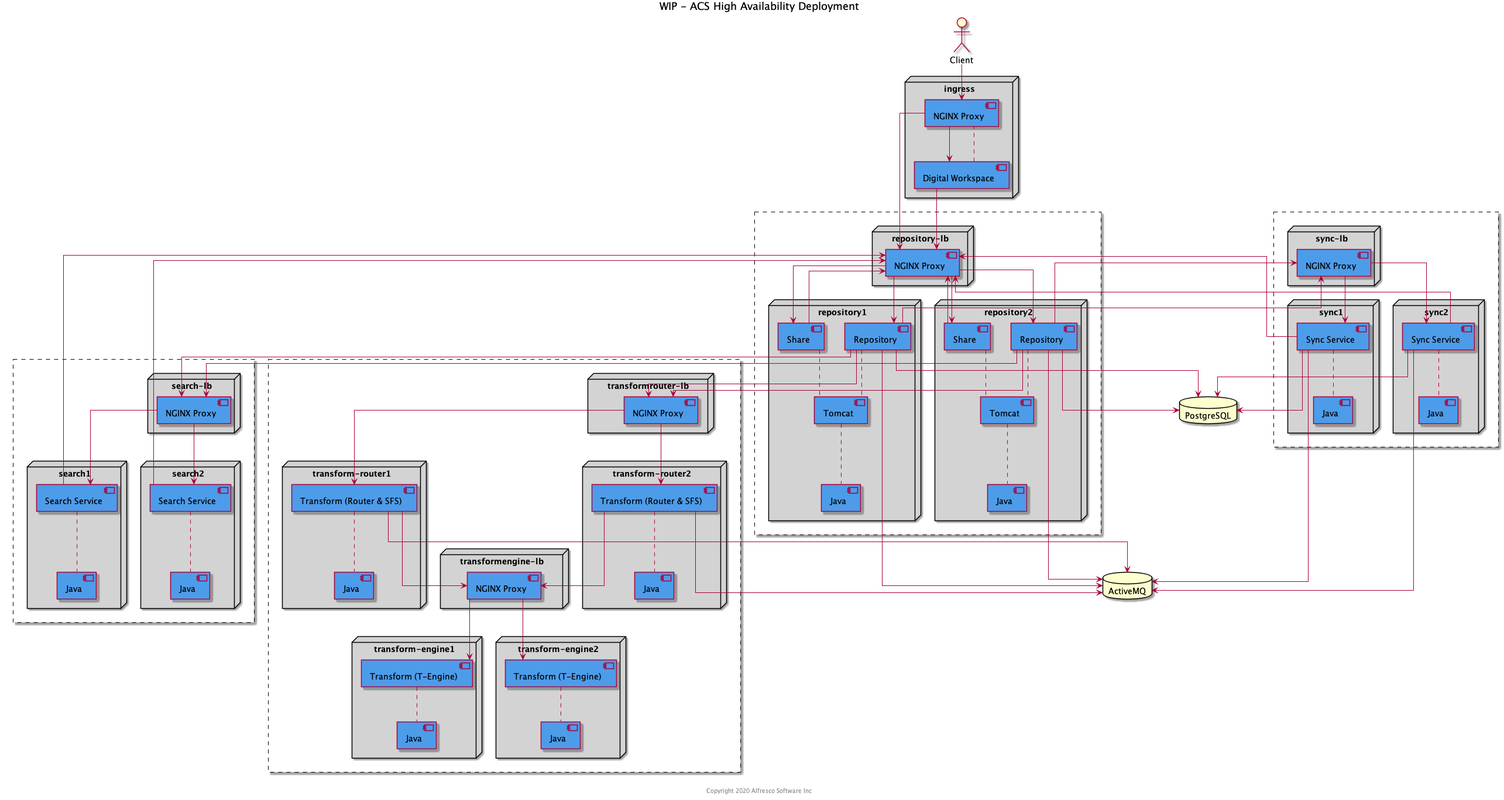
Alfresco/alfresco-ansible-deployment keeps this PlantUML diagram as docs/resources/acs-ha.png. Above is the earlier version. Source of this version:
```plantuml
@startuml

Title: WIP - ACS High Availability Deployment


skinparam componentStyle uml2
skinparam linetype ortho
skinparam rectangle {
    BorderStyle dashed
}

actor Client

node "ingress" as ingressnode #lightgrey {
    component "NGINX Proxy" as proxy #4d9cea
    component "Digital Workspace" as adw #4d9cea
}

rectangle {
    node "repository-lb" as repolbnode #lightgrey {
        component "NGINX Proxy" as repolb #4d9cea
    }

    node "repository1" as reponode1 #lightgrey {
        component "Repository" as repo1 #4d9cea
        component "Share" as share1 #4d9cea
        component "Tomcat" as tomcat1  #4d9cea
        component "Java" as repojava1 #4d9cea
    }

    node "repository2" as reponode2 #lightgrey {
        component "Repository" as repo2 #4d9cea
        component "Share" as share2 #4d9cea
        component "Tomcat" as tomcat2  #4d9cea
        component "Java" as repojava2 #4d9cea
    }
}

rectangle {
    node "search-lb" as searchlbnode #lightgrey {
        component "NGINX Proxy" as searchlb #4d9cea
    }

    node "search1" as searchnode1 #lightgrey {
        component "Search Service" as search1 #4d9cea
        component "Java" as searchjava1 #4d9cea
    }

    node "search2" as searchnode2 #lightgrey {
        component "Search Service" as search2 #4d9cea
        component "Java" as searchjava2 #4d9cea
    }
}

rectangle {
    node "transformrouter-lb" as transformrouterlbnode #lightgrey {
        component "NGINX Proxy" as transformrouterlb #4d9cea
    }

    node "transform-router1" as transformrouternode1 #lightgrey {
        component "Transform (Router & SFS)" as transformrouter1 #4d9cea
        component "Java" as transformrouterjava1 #4d9cea
    }

    node "transform-router2" as transformrouternode2 #lightgrey {
        component "Transform (Router & SFS)" as transformrouter2 #4d9cea
        component "Java" as transformrouterjava2 #4d9cea
    }

    node "transformengine-lb" as transformenginelbnode #lightgrey {
        component "NGINX Proxy" as transformenginelb #4d9cea
    }

    node "transform-engine1" as transformenginenode1 #lightgrey {
        component "Transform (T-Engine)" as transformengine1 #4d9cea
        component "Java" as transformenginejava1 #4d9cea
    }

    node "transform-engine2" as transformenginenode2 #lightgrey {
        component "Transform (T-Engine)" as transformengine2 #4d9cea
        component "Java" as transformenginejava2 #4d9cea
    }
}

rectangle {
    node "sync-lb" as synclbnode #lightgrey {
        component "NGINX Proxy" as synclb #4d9cea
    }

    node "sync1" as syncnode1 #lightgrey {
        component "Sync Service" as sync1 #4d9cea
        component "Java" as syncjava1 #4d9cea
    }

    node "sync2" as syncnode2 #lightgrey {
        component "Sync Service" as sync2 #4d9cea
        component "Java" as syncjava2 #4d9cea
    }
}

database "ActiveMQ" as amq
database "PostgreSQL" as psql

adw .. proxy
repo1 .. tomcat1
share1 .. tomcat1
tomcat1 .. repojava1
repo2 .. tomcat2
share2 .. tomcat2
tomcat2 .. repojava2
search1 .. searchjava1
search2 .. searchjava2
transformrouter1 .. transformrouterjava1
transformrouter2 .. transformrouterjava2
transformengine1 .. transformenginejava1
transformengine2 .. transformenginejava2
sync1 .. syncjava1
sync2 .. syncjava2

Client --> proxy

proxy --> repolb
proxy --> adw

repolb -down-> repo1
repolb -down-> repo2
repolb -down-> share1
repolb -down-> share2
searchlb -down-> search1
searchlb -down-> search2
transformrouterlb -down-> transformrouter1
transformrouterlb -down-> transformrouter2
transformrouter1 -down-> transformenginelb
transformrouter2 -down-> transformenginelb
transformenginelb -down-> transformengine1
transformenginelb -down-> transformengine2
synclb -down-> sync1
synclb -down-> sync2

share1 --> repolb
share2 --> repolb
adw --> repolb

repo1 --> psql
repo2 --> psql
repo1 --> amq
repo2 --> amq

repo1 --> transformrouterlb
repo2 --> transformrouterlb

repo1 --> searchlb
repo2 --> searchlb
search1 --> repolb
search2 --> repolb

repo1 --> synclb
repo2 --> synclb
sync1 --> repolb
sync2 --> repolb

transformrouter1 --> amq
transformrouter2 --> amq

sync1 --> amq
sync2 --> amq
sync1 --> psql
sync2 --> psql

center footer Copyright 2020 Alfresco Software Inc

@enduml
```
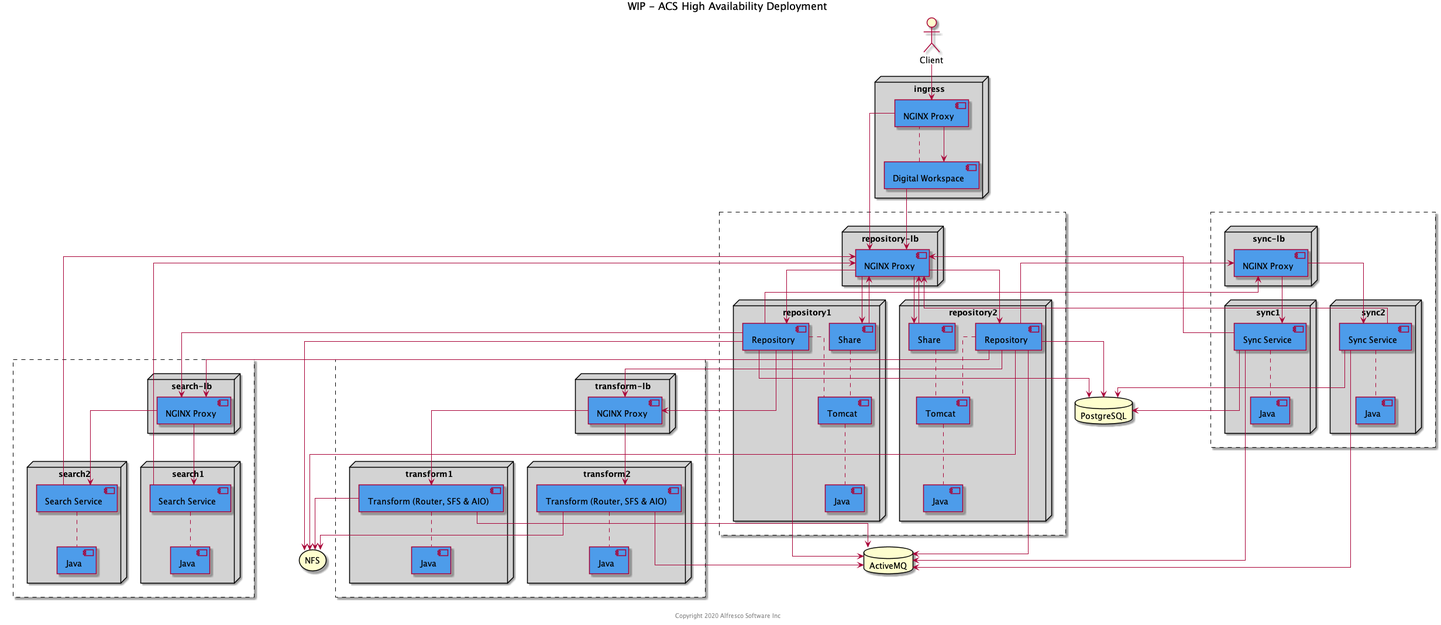
Above is the later version.

Commit message:
Updated following discussion with Jan.

The edit, as a diff of the source:
```diff
@@ -53,32 +53,18 @@
 }
 
 rectangle {
-    node "transformrouter-lb" as transformrouterlbnode #lightgrey {
-        component "NGINX Proxy" as transformrouterlb #4d9cea
+    node "transform-lb" as transformlbnode #lightgrey {
+        component "NGINX Proxy" as transformlb #4d9cea
     }
 
-    node "transform-router1" as transformrouternode1 #lightgrey {
-        component "Transform (Router & SFS)" as transformrouter1 #4d9cea
-        component "Java" as transformrouterjava1 #4d9cea
+    node "transform1" as transformnode1 #lightgrey {
+        component "Transform (Router, SFS & AIO)" as transform1 #4d9cea
+        component "Java" as transformjava1 #4d9cea
     }
 
-    node "transform-router2" as transformrouternode2 #lightgrey {
-        component "Transform (Router & SFS)" as transformrouter2 #4d9cea
-        component "Java" as transformrouterjava2 #4d9cea
-    }
-
-    node "transformengine-lb" as transformenginelbnode #lightgrey {
-        component "NGINX Proxy" as transformenginelb #4d9cea
-    }
-
-    node "transform-engine1" as transformenginenode1 #lightgrey {
-        component "Transform (T-Engine)" as transformengine1 #4d9cea
-        component "Java" as transformenginejava1 #4d9cea
-    }
-
-    node "transform-engine2" as transformenginenode2 #lightgrey {
-        component "Transform (T-Engine)" as transformengine2 #4d9cea
-        component "Java" as transformenginejava2 #4d9cea
+    node "transform2" as transformnode2 #lightgrey {
+        component "Transform (Router, SFS & AIO)" as transform2 #4d9cea
+        component "Java" as transformjava2 #4d9cea
     }
 }
 
@@ -100,6 +86,7 @@
 
 database "ActiveMQ" as amq
 database "PostgreSQL" as psql
+storage "NFS" as nfs
 
 adw .. proxy
 repo1 .. tomcat1
@@ -110,10 +97,8 @@
 tomcat2 .. repojava2
 search1 .. searchjava1
 search2 .. searchjava2
-transformrouter1 .. transformrouterjava1
-transformrouter2 .. transformrouterjava2
-transformengine1 .. transformenginejava1
-transformengine2 .. transformenginejava2
+transform1 .. transformjava1
+transform2 .. transformjava2
 sync1 .. syncjava1
 sync2 .. syncjava2
 
@@ -128,12 +113,8 @@
 repolb -down-> share2
 searchlb -down-> search1
 searchlb -down-> search2
-transformrouterlb -down-> transformrouter1
-transformrouterlb -down-> transformrouter2
-transformrouter1 -down-> transformenginelb
-transformrouter2 -down-> transformenginelb
-transformenginelb -down-> transformengine1
-transformenginelb -down-> transformengine2
+transformlb -down-> transform1
+transformlb -down-> transform2
 synclb -down-> sync1
 synclb -down-> sync2
 
@@ -146,8 +127,8 @@
 repo1 --> amq
 repo2 --> amq
 
-repo1 --> transformrouterlb
-repo2 --> transformrouterlb
+repo1 --> transformlb
+repo2 --> transformlb
 
 repo1 --> searchlb
 repo2 --> searchlb
@@ -159,13 +140,17 @@
 sync1 --> repolb
 sync2 --> repolb
 
-transformrouter1 --> amq
-transformrouter2 --> amq
+transform1 --> amq
+transform2 --> amq
 
 sync1 --> amq
 sync2 --> amq
 sync1 --> psql
 sync2 --> psql
+repo1 --> nfs
+repo2 --> nfs
+transform1 --> nfs
+transform2 --> nfs
 
 center footer Copyright 2020 Alfresco Software Inc
 
```
